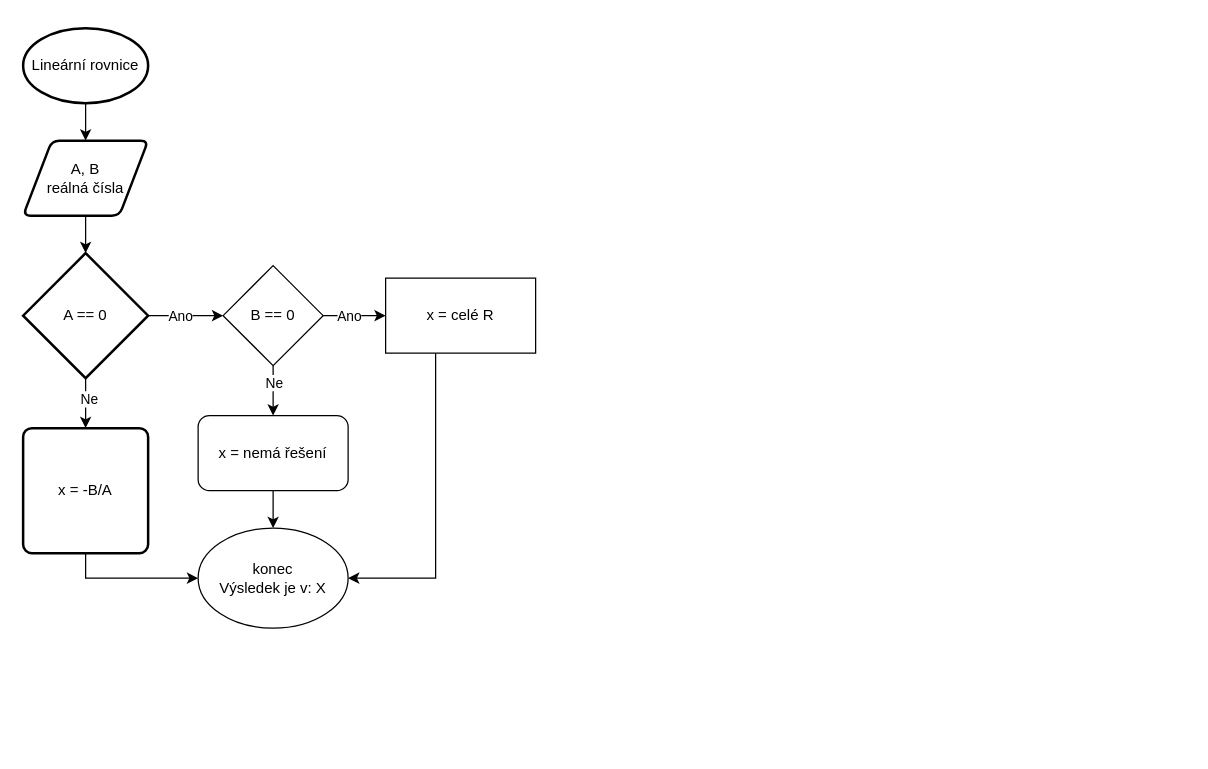
JaroslavHolecek/SPS_for_students keeps this draw.io diagram as 2023_EP/Vyvojove_diagramy/VD_Linearni_rovnice.drawio. Above is the earlier version. Source tidied: cells renumbered, new cells numbered last; positions are measured from the earlier drawing's top-left corner, leaving out a move shared by most shapes. Both pictures are drawn from the tidied source at 125%, with x=0, y=0 at pixel (22, 28).
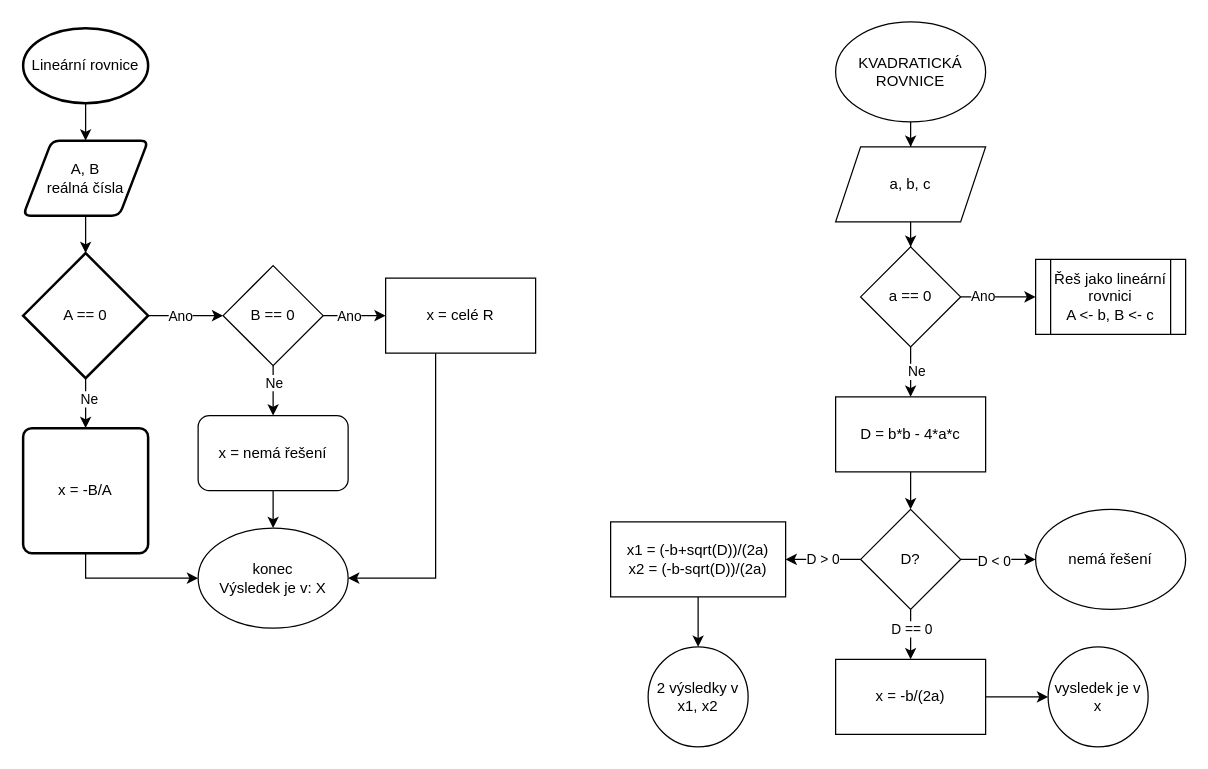
The same diagram, later.

Commit message:
EP1 VD linearni rce

The edit, as a diff of the source:
```diff
@@
+    <mxCell id="23" style="edgeStyle=orthogonalEdgeStyle;rounded=0;jettySize=auto;html=1;" parent="1" edge="1" source="24" target="26">
+      <mxGeometry relative="1" as="geometry" />
+    </mxCell>
+    <mxCell id="24" value="KVADRATICKÁ ROVNICE" style="ellipse;whiteSpace=wrap;html=1;" parent="1" vertex="1">
+      <mxGeometry x="650" y="-5" width="120" height="80" as="geometry" />
+    </mxCell>
+    <mxCell id="25" style="edgeStyle=orthogonalEdgeStyle;rounded=0;jettySize=auto;html=1;" parent="1" edge="1" source="26" target="46">
+      <mxGeometry relative="1" as="geometry" />
+    </mxCell>
+    <mxCell id="26" value="a, b, c" style="shape=parallelogram;perimeter=parallelogramPerimeter;whiteSpace=wrap;html=1;fixedSize=1;" parent="1" vertex="1">
+      <mxGeometry x="650" y="95" width="120" height="60" as="geometry" />
+    </mxCell>
+    <mxCell id="27" style="edgeStyle=orthogonalEdgeStyle;rounded=0;jettySize=auto;html=1;" parent="1" edge="1" source="28" target="34">
+      <mxGeometry relative="1" as="geometry" />
+    </mxCell>
+    <mxCell id="28" value="D = b*b - 4*a*c" style="whiteSpace=wrap;html=1;" parent="1" vertex="1">
+      <mxGeometry x="650" y="295" width="120" height="60" as="geometry" />
+    </mxCell>
+    <mxCell id="29" style="edgeStyle=orthogonalEdgeStyle;rounded=0;jettySize=auto;html=1;" parent="1" edge="1" source="34" target="35">
+      <mxGeometry relative="1" as="geometry" />
+    </mxCell>
+    <mxCell id="30" value="D &amp;lt; 0" style="edgeLabel;html=1;align=center;verticalAlign=middle;" parent="29" vertex="1">
+      <mxGeometry x="-0.13" y="-1" relative="1" as="geometry" />
+    </mxCell>
+    <mxCell id="31" style="edgeStyle=orthogonalEdgeStyle;rounded=0;jettySize=auto;html=1;" parent="1" edge="1" source="34" target="37">
+      <mxGeometry relative="1" as="geometry" />
+    </mxCell>
+    <mxCell id="32" value="D == 0" style="edgeLabel;html=1;align=center;verticalAlign=middle;" parent="31" vertex="1">
+      <mxGeometry x="-0.26" relative="1" as="geometry" />
+    </mxCell>
+    <mxCell id="33" value="D &amp;gt; 0" style="edgeStyle=orthogonalEdgeStyle;rounded=0;jettySize=auto;html=1;" parent="1" edge="1" source="34" target="40">
+      <mxGeometry relative="1" as="geometry" />
+    </mxCell>
+    <mxCell id="34" value="D?" style="rhombus;whiteSpace=wrap;html=1;" parent="1" vertex="1">
+      <mxGeometry x="670" y="385" width="80" height="80" as="geometry" />
+    </mxCell>
+    <mxCell id="35" value="nemá řešení" style="ellipse;whiteSpace=wrap;html=1;" parent="1" vertex="1">
+      <mxGeometry x="810" y="385" width="120" height="80" as="geometry" />
+    </mxCell>
+    <mxCell id="36" style="edgeStyle=orthogonalEdgeStyle;rounded=0;jettySize=auto;html=1;" parent="1" edge="1" source="37" target="38">
+      <mxGeometry relative="1" as="geometry" />
+    </mxCell>
+    <mxCell id="37" value="x = -b/(2a)" style="whiteSpace=wrap;html=1;" parent="1" vertex="1">
+      <mxGeometry x="650" y="505" width="120" height="60" as="geometry" />
+    </mxCell>
+    <mxCell id="38" value="vysledek je v x" style="ellipse;whiteSpace=wrap;html=1;" parent="1" vertex="1">
+      <mxGeometry x="820" y="495" width="80" height="80" as="geometry" />
+    </mxCell>
+    <mxCell id="39" style="edgeStyle=orthogonalEdgeStyle;rounded=0;jettySize=auto;html=1;" parent="1" edge="1" source="40" target="41">
+      <mxGeometry relative="1" as="geometry" />
+    </mxCell>
+    <mxCell id="40" value="x1 = (-b+sqrt(D))/(2a)&lt;br&gt;x2 = (-b-sqrt(D))/(2a)" style="rounded=0;whiteSpace=wrap;html=1;" parent="1" vertex="1">
+      <mxGeometry x="470" y="395" width="140" height="60" as="geometry" />
+    </mxCell>
+    <mxCell id="41" value="2 výsledky v x1, x2" style="ellipse;whiteSpace=wrap;html=1;rounded=0;" parent="1" vertex="1">
+      <mxGeometry x="500" y="495" width="80" height="80" as="geometry" />
+    </mxCell>
+    <mxCell id="42" style="edgeStyle=orthogonalEdgeStyle;rounded=0;jettySize=auto;html=1;" parent="1" edge="1" source="46" target="47">
+      <mxGeometry relative="1" as="geometry" />
+    </mxCell>
+    <mxCell id="43" value="Ano" style="edgeLabel;html=1;align=center;verticalAlign=middle;" parent="42" vertex="1">
+      <mxGeometry x="-0.43" y="1" relative="1" as="geometry" />
+    </mxCell>
+    <mxCell id="44" style="edgeStyle=orthogonalEdgeStyle;rounded=0;jettySize=auto;html=1;" parent="1" edge="1" source="46" target="28">
+      <mxGeometry relative="1" as="geometry" />
+    </mxCell>
+    <mxCell id="45" value="Ne" style="edgeLabel;html=1;align=center;verticalAlign=middle;" parent="44" vertex="1">
+      <mxGeometry x="-0.03" y="4" relative="1" as="geometry" />
+    </mxCell>
+    <mxCell id="46" value="a == 0" style="rhombus;whiteSpace=wrap;html=1;" parent="1" vertex="1">
+      <mxGeometry x="670" y="175" width="80" height="80" as="geometry" />
+    </mxCell>
+    <mxCell id="47" value="Řeš jako lineární rovnici&lt;br&gt;A &amp;lt;- b, B &amp;lt;- c" style="shape=process;whiteSpace=wrap;html=1;backgroundOutline=1;" parent="1" vertex="1">
+      <mxGeometry x="810" y="185" width="120" height="60" as="geometry" />
+    </mxCell>
```
